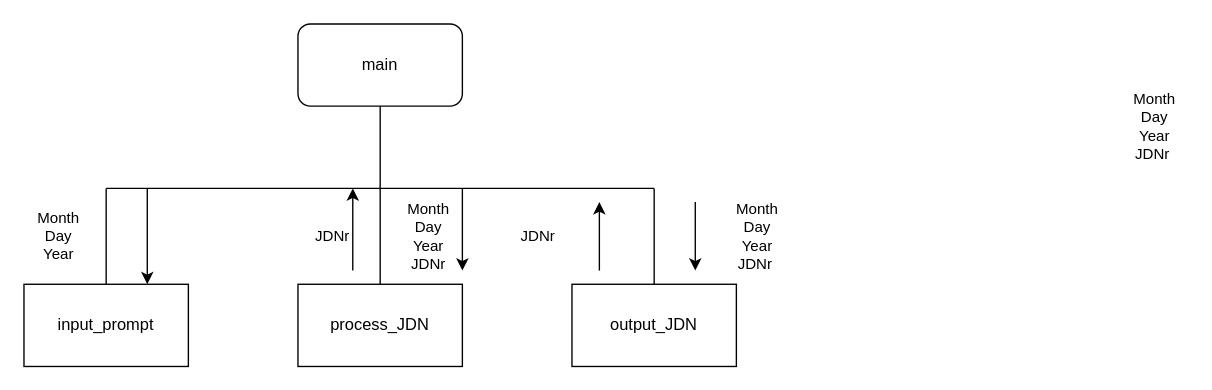
This is Untitled Diagram.drawio from rkarumba/rkarumba, a draw.io file, before an edit. Source tidied: cells renumbered, new cells numbered last; positions are measured from the earlier drawing's top-left corner, leaving out a move shared by most shapes. Both pictures are drawn from the tidied source at 137%, with x=0, y=0 at pixel (23, 23).
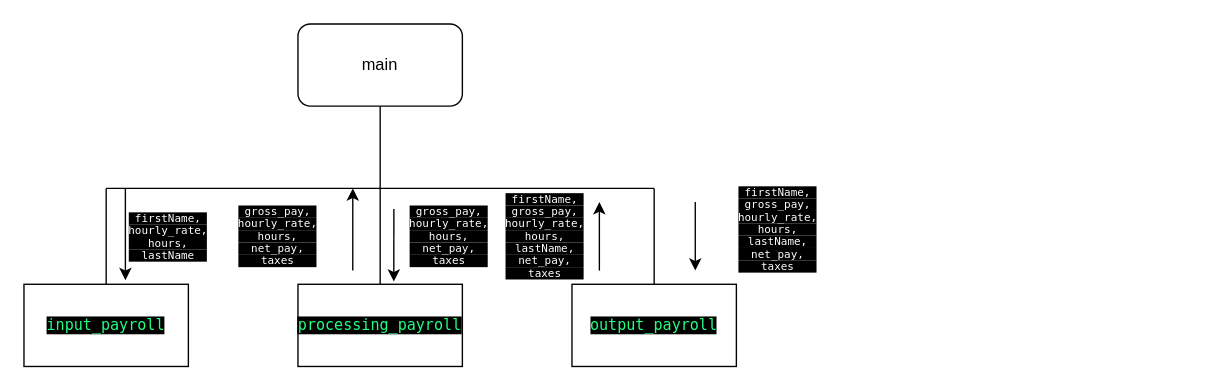
The same page after the edit.

What changed in the source:
```diff
@@
-    <mxCell id="2" value="input_prompt" style="rounded=0;whiteSpace=wrap;html=1;" parent="1" vertex="1">
+    <mxCell id="2" value="&lt;p style=&quot;margin: 0.0px 0.0px 0.0px 0.0px; font: 11.0px Menlo; color: #23ff83; background-color: #000000&quot;&gt;input_payroll&lt;/p&gt;" style="rounded=0;whiteSpace=wrap;html=1;" parent="1" vertex="1">
       <mxGeometry y="190" width="120" height="60" as="geometry" />
     </mxCell>
@@
-    <mxCell id="4" value="process_JDN" style="rounded=0;whiteSpace=wrap;html=1;" parent="1" vertex="1">
+    <mxCell id="4" value="&lt;p style=&quot;margin: 0.0px 0.0px 0.0px 0.0px; font: 11.0px Menlo; color: #23ff83; background-color: #000000&quot;&gt;processing_payroll&lt;/p&gt;" style="rounded=0;whiteSpace=wrap;html=1;" parent="1" vertex="1">
       <mxGeometry x="200" y="190" width="120" height="60" as="geometry" />
     </mxCell>
-    <mxCell id="5" value="output_JDN" style="rounded=0;whiteSpace=wrap;html=1;" parent="1" vertex="1">
+    <mxCell id="5" value="&lt;p style=&quot;margin: 0.0px 0.0px 0.0px 0.0px; font: 11.0px Menlo; color: #23ff83; background-color: #000000&quot;&gt;output_payroll&lt;/p&gt;" style="rounded=0;whiteSpace=wrap;html=1;" parent="1" vertex="1">
       <mxGeometry x="400" y="190" width="120" height="60" as="geometry" />
     </mxCell>
@@
-    <mxCell id="13" value="JDNr" style="text;html=1;align=center;verticalAlign=middle;strokeColor=none;fillColor=none;fontSize=11;fontFamily=Helvetica;fontColor=default;" parent="1" vertex="1">
-      <mxGeometry x="350" y="140" width="50" height="30" as="geometry" />
-    </mxCell>
-    <mxCell id="14" value="Month&lt;br&gt;Day&lt;br&gt;Year&lt;br&gt;JDNr&amp;nbsp;" style="text;html=1;align=center;verticalAlign=middle;strokeColor=none;fillColor=none;fontSize=11;fontFamily=Helvetica;fontColor=default;" parent="1" vertex="1">
-      <mxGeometry x="800" y="40" width="50" height="70" as="geometry" />
-    </mxCell>
-    <mxCell id="15" value="Month&lt;br&gt;Day&lt;br&gt;Year&lt;br&gt;JDNr" style="text;html=1;align=center;verticalAlign=middle;points=[];strokeColor=none;fillColor=none;fontSize=11;fontFamily=Helvetica;fontColor=default;" parent="1" vertex="1">
-      <mxGeometry x="270" y="120" width="50" height="70" as="geometry" />
-    </mxCell>
-    <mxCell id="16" value="JDNr" style="text;html=1;align=center;verticalAlign=middle;strokeColor=none;fillColor=none;fontSize=11;fontFamily=Helvetica;fontColor=default;" parent="1" vertex="1">
-      <mxGeometry x="200" y="140" width="50" height="30" as="geometry" />
-    </mxCell>
@@
-    <mxCell id="18" style="endArrow=classic;html=1;rounded=0;labelBackgroundColor=default;strokeColor=default;fontFamily=Helvetica;fontSize=11;fontColor=default;shape=connector;entryX=1;entryY=0.857;entryDx=0;entryDy=0;entryPerimeter=0;exitX=1;exitY=0;exitDx=0;exitDy=0;exitPerimeter=0;" parent="1" edge="1" source="15" target="15">
-      <mxGeometry relative="1" as="geometry" />
-    </mxCell>
-    <mxCell id="19" style="endArrow=classic;html=1;rounded=0;labelBackgroundColor=default;strokeColor=default;fontFamily=Helvetica;fontSize=11;fontColor=default;shape=connector;entryX=0.75;entryY=0;entryDx=0;entryDy=0;" parent="1" edge="1" target="2">
+    <mxCell id="19" style="endArrow=classic;html=1;rounded=0;labelBackgroundColor=default;strokeColor=default;fontFamily=Helvetica;fontSize=11;fontColor=default;shape=connector;entryX=0.617;entryY=-0.05;entryDx=0;entryDy=0;entryPerimeter=0;" parent="1" edge="1" target="2">
       <mxGeometry relative="1" as="geometry">
-        <mxPoint x="90" y="120" as="sourcePoint" />
+        <mxPoint x="74" y="120" as="sourcePoint" />
       </mxGeometry>
     </mxCell>
-    <mxCell id="20" value="Month&lt;br&gt;Day&lt;br&gt;Year&lt;br&gt;JDNr&amp;nbsp;" style="text;html=1;align=center;verticalAlign=middle;strokeColor=none;fillColor=none;fontSize=11;fontFamily=Helvetica;fontColor=default;" parent="1" vertex="1">
-      <mxGeometry x="510" y="120" width="50" height="70" as="geometry" />
-    </mxCell>
-    <mxCell id="21" value="Month&lt;br&gt;Day&lt;br&gt;Year" style="text;html=1;align=center;verticalAlign=middle;strokeColor=none;fillColor=none;fontSize=11;fontFamily=Helvetica;fontColor=default;" parent="1" vertex="1">
-      <mxGeometry y="130" width="50" height="50" as="geometry" />
-    </mxCell>
+    <mxCell id="22" value="&lt;p style=&quot;margin: 0px; font-stretch: normal; line-height: normal; font-family: Menlo; color: rgb(255, 255, 255); background-color: rgb(0, 0, 0); font-size: 8px;&quot;&gt;&lt;font style=&quot;font-size: 8px;&quot;&gt;firstName,&lt;/font&gt;&lt;/p&gt;&lt;p style=&quot;margin: 0px; font-stretch: normal; line-height: normal; font-family: Menlo; color: rgb(255, 255, 255); background-color: rgb(0, 0, 0); font-size: 8px;&quot;&gt;&lt;font style=&quot;font-size: 8px;&quot;&gt;hourly_rate,&lt;/font&gt;&lt;/p&gt;&lt;p style=&quot;margin: 0px; font-stretch: normal; line-height: normal; font-family: Menlo; color: rgb(255, 255, 255); background-color: rgb(0, 0, 0); font-size: 8px;&quot;&gt;&lt;font style=&quot;font-size: 8px;&quot;&gt;hours,&lt;/font&gt;&lt;/p&gt;&lt;p style=&quot;margin: 0px; font-stretch: normal; line-height: normal; font-family: Menlo; color: rgb(255, 255, 255); background-color: rgb(0, 0, 0); font-size: 8px;&quot;&gt;&lt;font style=&quot;font-size: 8px;&quot;&gt;lastName&lt;/font&gt;&lt;/p&gt;" style="text;html=1;align=center;verticalAlign=middle;strokeColor=none;fillColor=none;" parent="1" vertex="1">
+      <mxGeometry x="65" y="130" width="80" height="50" as="geometry" />
+    </mxCell>
+    <mxCell id="23" value="&lt;p style=&quot;margin: 0px; font-stretch: normal; line-height: normal; font-family: Menlo; color: rgb(255, 255, 255); background-color: rgb(0, 0, 0); font-size: 8px;&quot;&gt;&lt;font style=&quot;font-size: 8px;&quot;&gt;gross_pay,&lt;/font&gt;&lt;/p&gt;&lt;p style=&quot;margin: 0px; font-stretch: normal; line-height: normal; font-family: Menlo; color: rgb(255, 255, 255); background-color: rgb(0, 0, 0); font-size: 8px;&quot;&gt;&lt;font style=&quot;font-size: 8px;&quot;&gt;hourly_rate,&lt;/font&gt;&lt;/p&gt;&lt;p style=&quot;margin: 0px; font-stretch: normal; line-height: normal; font-family: Menlo; color: rgb(255, 255, 255); background-color: rgb(0, 0, 0); font-size: 8px;&quot;&gt;&lt;font style=&quot;font-size: 8px;&quot;&gt;hours,&lt;/font&gt;&lt;/p&gt;&lt;p style=&quot;margin: 0px; font-stretch: normal; line-height: normal; font-family: Menlo; color: rgb(255, 255, 255); background-color: rgb(0, 0, 0); font-size: 8px;&quot;&gt;&lt;font style=&quot;font-size: 8px;&quot;&gt;net_pay,&lt;/font&gt;&lt;/p&gt;&lt;p style=&quot;margin: 0px; font-stretch: normal; line-height: normal; font-family: Menlo; color: rgb(255, 255, 255); background-color: rgb(0, 0, 0); font-size: 8px;&quot;&gt;&lt;font style=&quot;font-size: 8px;&quot;&gt;taxes&lt;/font&gt;&lt;/p&gt;" style="text;html=1;align=center;verticalAlign=middle;strokeColor=none;fillColor=none;" parent="1" vertex="1">
+      <mxGeometry x="145" y="125" width="80" height="60" as="geometry" />
+    </mxCell>
+    <mxCell id="24" value="&lt;p style=&quot;margin: 0px; font-stretch: normal; line-height: normal; font-family: Menlo; color: rgb(255, 255, 255); background-color: rgb(0, 0, 0); font-size: 8px;&quot;&gt;&lt;font style=&quot;font-size: 8px;&quot;&gt;gross_pay,&lt;/font&gt;&lt;/p&gt;&lt;p style=&quot;margin: 0px; font-stretch: normal; line-height: normal; font-family: Menlo; color: rgb(255, 255, 255); background-color: rgb(0, 0, 0); font-size: 8px;&quot;&gt;&lt;font style=&quot;font-size: 8px;&quot;&gt;hourly_rate,&lt;/font&gt;&lt;/p&gt;&lt;p style=&quot;margin: 0px; font-stretch: normal; line-height: normal; font-family: Menlo; color: rgb(255, 255, 255); background-color: rgb(0, 0, 0); font-size: 8px;&quot;&gt;&lt;font style=&quot;font-size: 8px;&quot;&gt;hours,&lt;/font&gt;&lt;/p&gt;&lt;p style=&quot;margin: 0px; font-stretch: normal; line-height: normal; font-family: Menlo; color: rgb(255, 255, 255); background-color: rgb(0, 0, 0); font-size: 8px;&quot;&gt;&lt;font style=&quot;font-size: 8px;&quot;&gt;net_pay,&lt;/font&gt;&lt;/p&gt;&lt;p style=&quot;margin: 0px; font-stretch: normal; line-height: normal; font-family: Menlo; color: rgb(255, 255, 255); background-color: rgb(0, 0, 0); font-size: 8px;&quot;&gt;&lt;font style=&quot;font-size: 8px;&quot;&gt;taxes&lt;/font&gt;&lt;/p&gt;" style="text;html=1;align=center;verticalAlign=middle;points=[];strokeColor=none;fillColor=none;" parent="1" vertex="1">
+      <mxGeometry x="270" y="125" width="80" height="60" as="geometry" />
+    </mxCell>
+    <mxCell id="25" style="endArrow=classic;html=1;rounded=0;labelBackgroundColor=default;strokeColor=default;fontFamily=Helvetica;fontSize=11;fontColor=default;shape=connector;entryX=0.583;entryY=-0.033;entryDx=0;entryDy=0;entryPerimeter=0;exitX=0;exitY=0.167;exitDx=0;exitDy=0;exitPerimeter=0;" parent="1" edge="1" source="24" target="4">
+      <mxGeometry relative="1" as="geometry" />
+    </mxCell>
+    <mxCell id="26" value="&lt;p style=&quot;margin: 0px; font-style: normal; font-variant-caps: normal; font-weight: normal; font-stretch: normal; line-height: normal; font-family: Menlo; color: rgb(255, 255, 255); background-color: rgb(0, 0, 0);&quot;&gt;&lt;font style=&quot;font-size: 8px;&quot;&gt;firstName,&lt;/font&gt;&lt;/p&gt;&lt;p style=&quot;margin: 0px; font-style: normal; font-variant-caps: normal; font-weight: normal; font-stretch: normal; line-height: normal; font-family: Menlo; color: rgb(255, 255, 255); background-color: rgb(0, 0, 0);&quot;&gt;&lt;font style=&quot;font-size: 8px;&quot;&gt;gross_pay,&lt;/font&gt;&lt;/p&gt;&lt;p style=&quot;margin: 0px; font-style: normal; font-variant-caps: normal; font-weight: normal; font-stretch: normal; line-height: normal; font-family: Menlo; color: rgb(255, 255, 255); background-color: rgb(0, 0, 0);&quot;&gt;&lt;font style=&quot;font-size: 8px;&quot;&gt;hourly_rate,&lt;/font&gt;&lt;/p&gt;&lt;p style=&quot;margin: 0px; font-style: normal; font-variant-caps: normal; font-weight: normal; font-stretch: normal; line-height: normal; font-family: Menlo; color: rgb(255, 255, 255); background-color: rgb(0, 0, 0);&quot;&gt;&lt;font style=&quot;font-size: 8px;&quot;&gt;hours,&lt;/font&gt;&lt;/p&gt;&lt;p style=&quot;margin: 0px; font-style: normal; font-variant-caps: normal; font-weight: normal; font-stretch: normal; line-height: normal; font-family: Menlo; color: rgb(255, 255, 255); background-color: rgb(0, 0, 0);&quot;&gt;&lt;font style=&quot;font-size: 8px;&quot;&gt;lastName,&lt;/font&gt;&lt;/p&gt;&lt;p style=&quot;margin: 0px; font-style: normal; font-variant-caps: normal; font-weight: normal; font-stretch: normal; line-height: normal; font-family: Menlo; color: rgb(255, 255, 255); background-color: rgb(0, 0, 0);&quot;&gt;&lt;font style=&quot;font-size: 8px;&quot;&gt;net_pay,&lt;/font&gt;&lt;/p&gt;&lt;p style=&quot;margin: 0px; font-style: normal; font-variant-caps: normal; font-weight: normal; font-stretch: normal; line-height: normal; font-family: Menlo; color: rgb(255, 255, 255); background-color: rgb(0, 0, 0);&quot;&gt;&lt;font style=&quot;font-size: 8px;&quot;&gt;taxes&lt;/font&gt;&lt;/p&gt;" style="text;html=1;align=center;verticalAlign=middle;strokeColor=none;fillColor=none;fontSize=8;" parent="1" vertex="1">
+      <mxGeometry x="510" y="110" width="80" height="80" as="geometry" />
+    </mxCell>
+    <mxCell id="27" value="&lt;p style=&quot;margin: 0px; font-style: normal; font-variant-caps: normal; font-weight: normal; font-stretch: normal; line-height: normal; font-family: Menlo; color: rgb(255, 255, 255); background-color: rgb(0, 0, 0);&quot;&gt;&lt;font style=&quot;font-size: 8px;&quot;&gt;firstName,&lt;/font&gt;&lt;/p&gt;&lt;p style=&quot;margin: 0px; font-style: normal; font-variant-caps: normal; font-weight: normal; font-stretch: normal; line-height: normal; font-family: Menlo; color: rgb(255, 255, 255); background-color: rgb(0, 0, 0);&quot;&gt;&lt;font style=&quot;font-size: 8px;&quot;&gt;gross_pay,&lt;/font&gt;&lt;/p&gt;&lt;p style=&quot;margin: 0px; font-style: normal; font-variant-caps: normal; font-weight: normal; font-stretch: normal; line-height: normal; font-family: Menlo; color: rgb(255, 255, 255); background-color: rgb(0, 0, 0);&quot;&gt;&lt;font style=&quot;font-size: 8px;&quot;&gt;hourly_rate,&lt;/font&gt;&lt;/p&gt;&lt;p style=&quot;margin: 0px; font-style: normal; font-variant-caps: normal; font-weight: normal; font-stretch: normal; line-height: normal; font-family: Menlo; color: rgb(255, 255, 255); background-color: rgb(0, 0, 0);&quot;&gt;&lt;font style=&quot;font-size: 8px;&quot;&gt;hours,&lt;/font&gt;&lt;/p&gt;&lt;p style=&quot;margin: 0px; font-style: normal; font-variant-caps: normal; font-weight: normal; font-stretch: normal; line-height: normal; font-family: Menlo; color: rgb(255, 255, 255); background-color: rgb(0, 0, 0);&quot;&gt;&lt;font style=&quot;font-size: 8px;&quot;&gt;lastName,&lt;/font&gt;&lt;/p&gt;&lt;p style=&quot;margin: 0px; font-style: normal; font-variant-caps: normal; font-weight: normal; font-stretch: normal; line-height: normal; font-family: Menlo; color: rgb(255, 255, 255); background-color: rgb(0, 0, 0);&quot;&gt;&lt;font style=&quot;font-size: 8px;&quot;&gt;net_pay,&lt;/font&gt;&lt;/p&gt;&lt;p style=&quot;margin: 0px; font-style: normal; font-variant-caps: normal; font-weight: normal; font-stretch: normal; line-height: normal; font-family: Menlo; color: rgb(255, 255, 255); background-color: rgb(0, 0, 0);&quot;&gt;&lt;font style=&quot;font-size: 8px;&quot;&gt;taxes&lt;/font&gt;&lt;/p&gt;" style="text;html=1;align=center;verticalAlign=middle;strokeColor=none;fillColor=none;fontSize=8;" parent="1" vertex="1">
+      <mxGeometry x="340" y="115" width="80" height="80" as="geometry" />
+    </mxCell>
```
